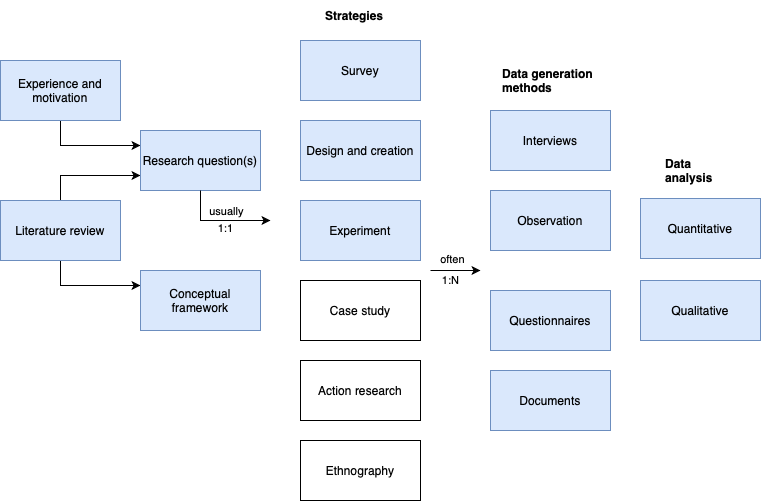
This is Images/ResearchMethods/ResearchProcess.png from maattss/master-thesis, a draw.io export, as it was before one commit. Source tidied: cells renumbered, new cells last; positions are measured from the earlier drawing's top-left corner, leaving out a move shared by most shapes.
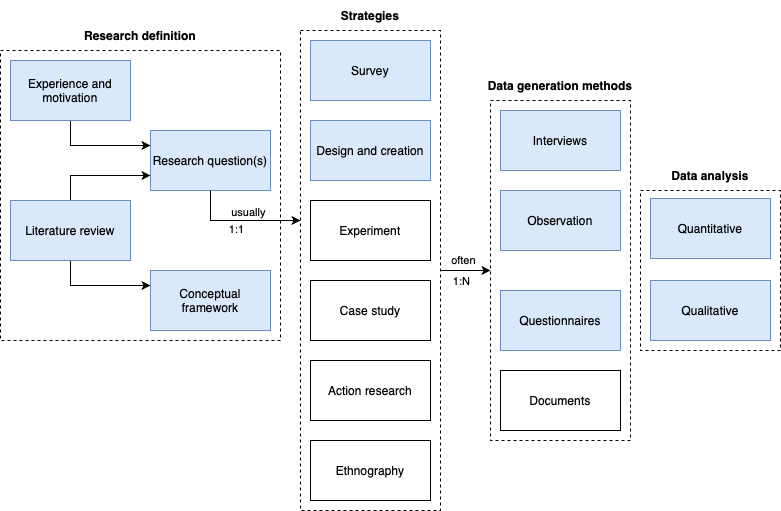
Above is the later version.

Diff of the diagram source:
```diff
@@ -2,6 +2,18 @@
   <root>
     <mxCell id="0" />
     <mxCell id="1" parent="0" />
+    <mxCell id="30" style="rounded=0;whiteSpace=wrap;html=1;align=left;fillColor=none;dashed=1;" parent="1" vertex="1">
+      <mxGeometry x="-10" y="50" width="280" height="290" as="geometry" />
+    </mxCell>
+    <mxCell id="31" style="rounded=0;whiteSpace=wrap;html=1;align=left;fillColor=none;dashed=1;" parent="1" vertex="1">
+      <mxGeometry x="630" y="190" width="140" height="160" as="geometry" />
+    </mxCell>
+    <mxCell id="32" style="rounded=0;whiteSpace=wrap;html=1;align=left;fillColor=none;dashed=1;" parent="1" vertex="1">
+      <mxGeometry x="480" y="100" width="140" height="340" as="geometry" />
+    </mxCell>
+    <mxCell id="33" style="rounded=0;whiteSpace=wrap;html=1;align=left;fillColor=none;dashed=1;" parent="1" vertex="1">
+      <mxGeometry x="290" y="30" width="140" height="480" as="geometry" />
+    </mxCell>
     <mxCell id="2" style="edgeStyle=orthogonalEdgeStyle;rounded=0;jettySize=auto;html=1;exitX=0.5;exitY=1;exitDx=0;exitDy=0;entryX=0;entryY=0.25;entryDx=0;entryDy=0;" parent="1" edge="1" source="3" target="7">
       <mxGeometry relative="1" as="geometry">
         <Array as="points">
@@ -30,7 +42,7 @@
     <mxCell id="9" value="Design and creation" style="rounded=0;whiteSpace=wrap;html=1;fillColor=#dae8fc;strokeColor=#6c8ebf;" parent="1" vertex="1">
       <mxGeometry x="300" y="120" width="120" height="60" as="geometry" />
     </mxCell>
-    <mxCell id="10" value="Experiment" style="rounded=0;whiteSpace=wrap;html=1;fillColor=#dae8fc;strokeColor=#6c8ebf;" parent="1" vertex="1">
+    <mxCell id="10" value="Experiment" style="rounded=0;whiteSpace=wrap;html=1;fillColor=none;" parent="1" vertex="1">
       <mxGeometry x="300" y="200" width="120" height="60" as="geometry" />
     </mxCell>
     <mxCell id="11" value="Case study" style="rounded=0;whiteSpace=wrap;html=1;" parent="1" vertex="1">
@@ -51,7 +63,7 @@
     <mxCell id="16" value="Questionnaires" style="rounded=0;whiteSpace=wrap;html=1;fillColor=#dae8fc;strokeColor=#6c8ebf;" parent="1" vertex="1">
       <mxGeometry x="490" y="290" width="120" height="60" as="geometry" />
     </mxCell>
-    <mxCell id="17" value="Documents" style="rounded=0;whiteSpace=wrap;html=1;fillColor=#dae8fc;strokeColor=#6c8ebf;" parent="1" vertex="1">
+    <mxCell id="17" value="Documents" style="rounded=0;whiteSpace=wrap;html=1;" parent="1" vertex="1">
       <mxGeometry x="490" y="370" width="120" height="60" as="geometry" />
     </mxCell>
     <mxCell id="18" value="Quantitative" style="rounded=0;whiteSpace=wrap;html=1;fillColor=#dae8fc;strokeColor=#6c8ebf;" parent="1" vertex="1">
@@ -60,21 +72,21 @@
     <mxCell id="19" value="Qualitative" style="rounded=0;whiteSpace=wrap;html=1;fillColor=#dae8fc;strokeColor=#6c8ebf;" parent="1" vertex="1">
       <mxGeometry x="640" y="280" width="120" height="60" as="geometry" />
     </mxCell>
-    <mxCell id="20" value="&lt;b&gt;Strategies&lt;/b&gt;" style="text;html=1;strokeColor=none;fillColor=none;align=left;verticalAlign=middle;whiteSpace=wrap;rounded=0;" parent="1" vertex="1">
-      <mxGeometry x="322.5" width="75" height="30" as="geometry" />
+    <mxCell id="20" value="&lt;b&gt;Strategies&lt;/b&gt;" style="text;html=1;strokeColor=none;fillColor=none;align=center;verticalAlign=middle;whiteSpace=wrap;rounded=0;" parent="1" vertex="1">
+      <mxGeometry x="290" width="140" height="30" as="geometry" />
     </mxCell>
-    <mxCell id="21" value="&lt;b&gt;Data&amp;nbsp;generation methods&lt;/b&gt;" style="text;html=1;strokeColor=none;fillColor=none;align=left;verticalAlign=middle;whiteSpace=wrap;rounded=0;" parent="1" vertex="1">
-      <mxGeometry x="500" y="60" width="100" height="40" as="geometry" />
+    <mxCell id="21" value="&lt;b&gt;Data&amp;nbsp;generation methods&lt;/b&gt;" style="text;html=1;strokeColor=none;fillColor=none;align=center;verticalAlign=middle;whiteSpace=wrap;rounded=0;" parent="1" vertex="1">
+      <mxGeometry x="470" y="70" width="160" height="30" as="geometry" />
     </mxCell>
-    <mxCell id="22" value="&lt;b&gt;Data analysis&lt;/b&gt;" style="text;html=1;strokeColor=none;fillColor=none;align=left;verticalAlign=middle;whiteSpace=wrap;rounded=0;" parent="1" vertex="1">
-      <mxGeometry x="662.5" y="150" width="75" height="40" as="geometry" />
+    <mxCell id="22" value="&lt;b&gt;Data analysis&lt;/b&gt;" style="text;html=1;strokeColor=none;fillColor=none;align=center;verticalAlign=middle;whiteSpace=wrap;rounded=0;" parent="1" vertex="1">
+      <mxGeometry x="630" y="160" width="140" height="30" as="geometry" />
     </mxCell>
     <mxCell id="23" value="Conceptual framework" style="rounded=0;whiteSpace=wrap;html=1;fillColor=#dae8fc;strokeColor=#6c8ebf;" parent="1" vertex="1">
       <mxGeometry x="140" y="270" width="120" height="60" as="geometry" />
     </mxCell>
     <mxCell id="24" style="endArrow=classic;html=1;exitX=0.5;exitY=1;exitDx=0;exitDy=0;rounded=0;" parent="1" edge="1" source="7">
       <mxGeometry relative="1" as="geometry">
-        <mxPoint x="270" y="220" as="targetPoint" />
+        <mxPoint x="290" y="220" as="targetPoint" />
         <Array as="points">
           <mxPoint x="200" y="220" />
         </Array>
@@ -106,5 +118,8 @@
         <mxPoint x="-5" y="10" as="offset" />
       </mxGeometry>
     </mxCell>
+    <mxCell id="34" value="&lt;b&gt;Research definition&lt;/b&gt;" style="text;html=1;strokeColor=none;fillColor=none;align=center;verticalAlign=middle;whiteSpace=wrap;rounded=0;" parent="1" vertex="1">
+      <mxGeometry x="-10" y="20" width="280" height="30" as="geometry" />
+    </mxCell>
   </root>
 </mxGraphModel>
```
